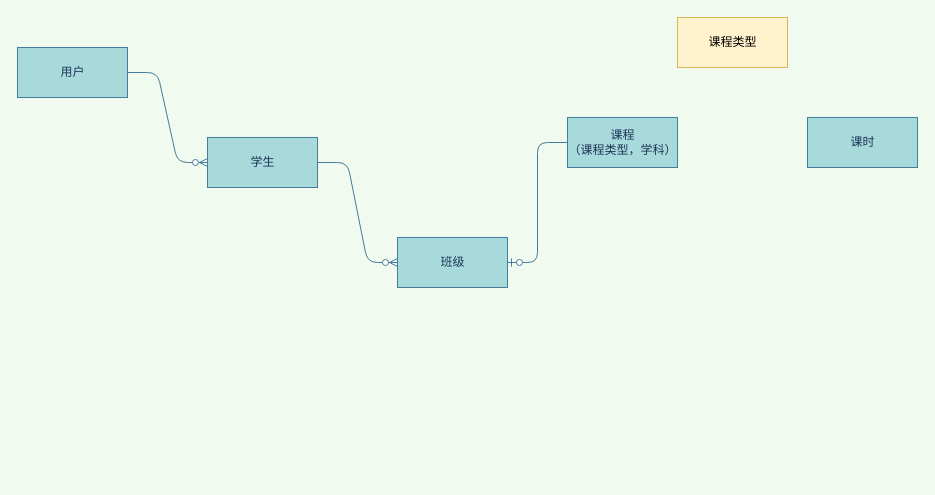
This is 火花思维/关键类图.drawio from wangsenhehe/resources, a draw.io file, before an edit. Source tidied: cells renumbered, new cells numbered last; positions are measured from the earlier drawing's top-left corner, leaving out a move shared by most shapes. Both pictures are drawn from the tidied source at 100%, with x=0, y=0 at pixel (17, 17).
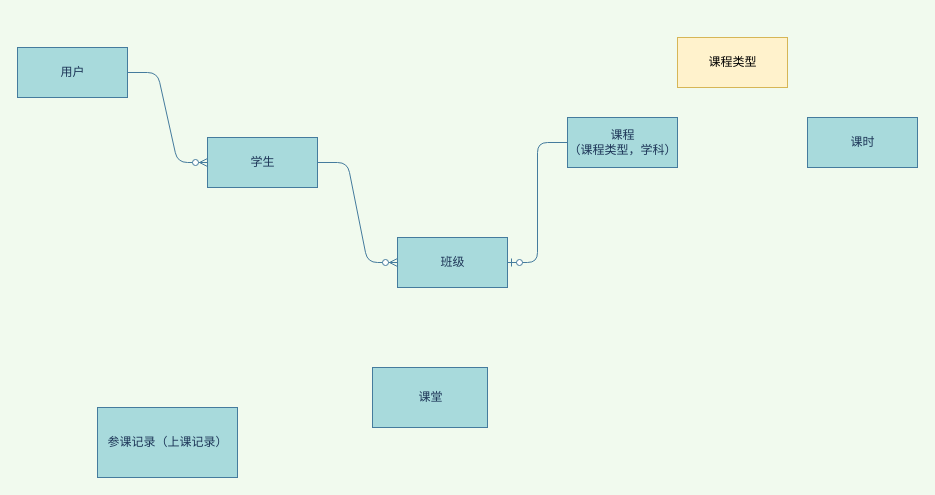
The same diagram, later.

Commit message (it also covers changes not shown here):
更新关键类图.drawio

The edit, as a diff of the source:
```diff
@@
 <mxGraphModel background="#F1FAEE">
   <root>
     <mxCell id="0" />
     <mxCell id="1" parent="0" />
     <mxCell id="2" value="课程&lt;br&gt;（课程类型，学科）" style="html=1;fillColor=#A8DADC;strokeColor=#457B9D;fontColor=#1D3557;" parent="1" vertex="1">
       <mxGeometry x="550" y="100" width="110" height="50" as="geometry" />
     </mxCell>
     <mxCell id="3" value="学生" style="html=1;fillColor=#A8DADC;strokeColor=#457B9D;fontColor=#1D3557;" parent="1" vertex="1">
       <mxGeometry x="190" y="120" width="110" height="50" as="geometry" />
     </mxCell>
     <mxCell id="4" value="班级" style="html=1;fillColor=#A8DADC;strokeColor=#457B9D;fontColor=#1D3557;" parent="1" vertex="1">
       <mxGeometry x="380" y="220" width="110" height="50" as="geometry" />
     </mxCell>
     <mxCell id="5" value="课时" style="html=1;fillColor=#A8DADC;strokeColor=#457B9D;fontColor=#1D3557;" parent="1" vertex="1">
       <mxGeometry x="790" y="100" width="110" height="50" as="geometry" />
     </mxCell>
     <mxCell id="6" style="edgeStyle=entityRelationEdgeStyle;fontSize=12;html=1;endArrow=ERzeroToMany;endFill=1;strokeColor=#457B9D;fillColor=#A8DADC;entryX=0;entryY=0.5;entryDx=0;entryDy=0;" parent="1" edge="1" source="3" target="4">
       <mxGeometry relative="1" as="geometry" />
     </mxCell>
     <mxCell id="7" value="用户" style="html=1;rounded=0;sketch=0;strokeColor=#457B9D;fillColor=#A8DADC;fontColor=#1D3557;" parent="1" vertex="1">
       <mxGeometry y="30" width="110" height="50" as="geometry" />
     </mxCell>
     <mxCell id="8" style="edgeStyle=entityRelationEdgeStyle;fontSize=12;html=1;endArrow=ERzeroToMany;endFill=1;strokeColor=#457B9D;fillColor=#A8DADC;exitX=1;exitY=0.5;exitDx=0;exitDy=0;" parent="1" edge="1" source="7" target="3">
       <mxGeometry relative="1" as="geometry" />
     </mxCell>
     <mxCell id="9" style="edgeStyle=entityRelationEdgeStyle;fontSize=12;html=1;endArrow=ERzeroToOne;endFill=1;strokeColor=#457B9D;fillColor=#A8DADC;exitX=0;exitY=0.5;exitDx=0;exitDy=0;entryX=1;entryY=0.5;entryDx=0;entryDy=0;" parent="1" edge="1" source="2" target="4">
       <mxGeometry relative="1" as="geometry" />
     </mxCell>
     <mxCell id="10" value="课程类型" style="html=1;rounded=0;sketch=0;strokeColor=#d6b656;fillColor=#fff2cc;" parent="1" vertex="1">
-      <mxGeometry x="660" width="110" height="50" as="geometry" />
+      <mxGeometry x="660" y="20" width="110" height="50" as="geometry" />
     </mxCell>
+    <mxCell id="11" value="参课记录（上课记录）" style="html=1;rounded=0;sketch=0;strokeColor=#457B9D;fillColor=#A8DADC;fontColor=#1D3557;" parent="1" vertex="1">
+      <mxGeometry x="80" y="390" width="140" height="70" as="geometry" />
+    </mxCell>
+    <mxCell id="12" value="课堂" style="html=1;rounded=0;sketch=0;strokeColor=#457B9D;fillColor=#A8DADC;fontColor=#1D3557;" parent="1" vertex="1">
+      <mxGeometry x="355" y="350" width="115" height="60" as="geometry" />
+    </mxCell>
   </root>
 </mxGraphModel>
```
